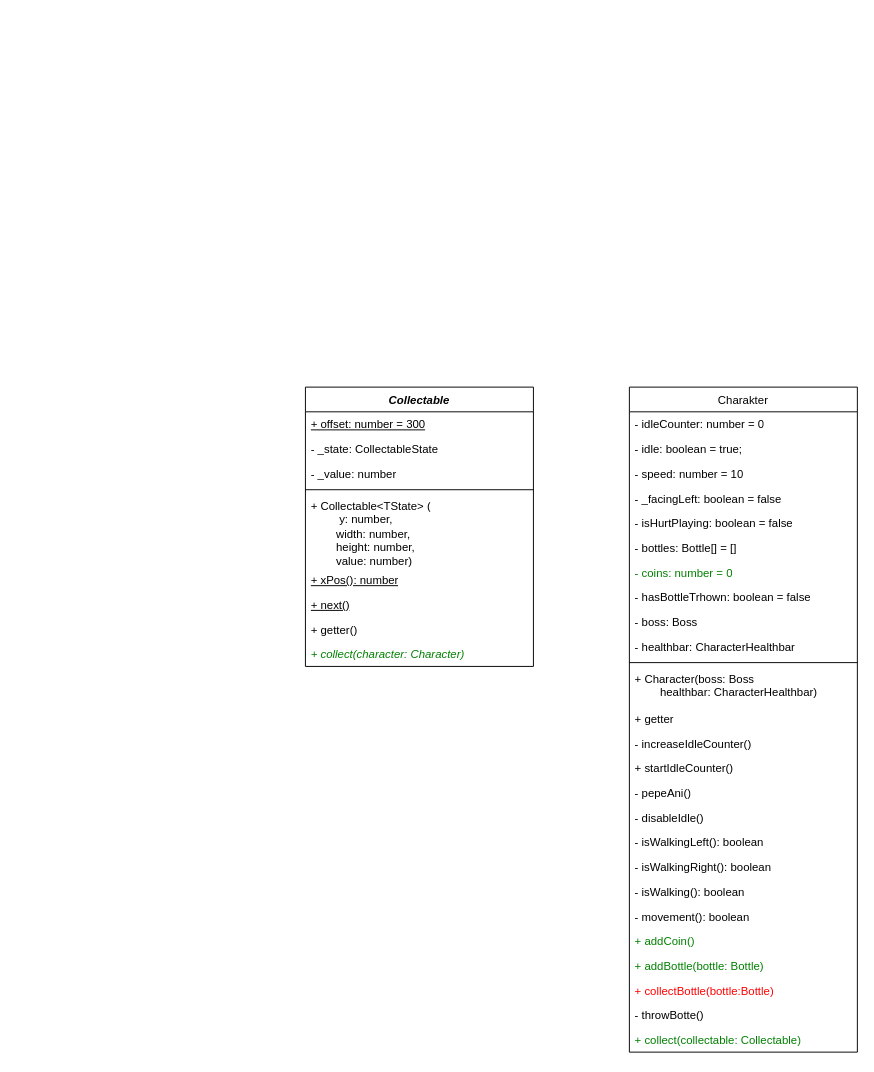
This is docs/issue/92-diagram.drawio from elma1989/el-pollo-loco, a draw.io file, before an edit. Source tidied: cells renumbered, new cells numbered last; positions are measured from the earlier drawing's top-left corner, leaving out a move shared by most shapes. Both pictures are drawn from the tidied source at 95%, with x=0, y=0 at pixel (305, 387).
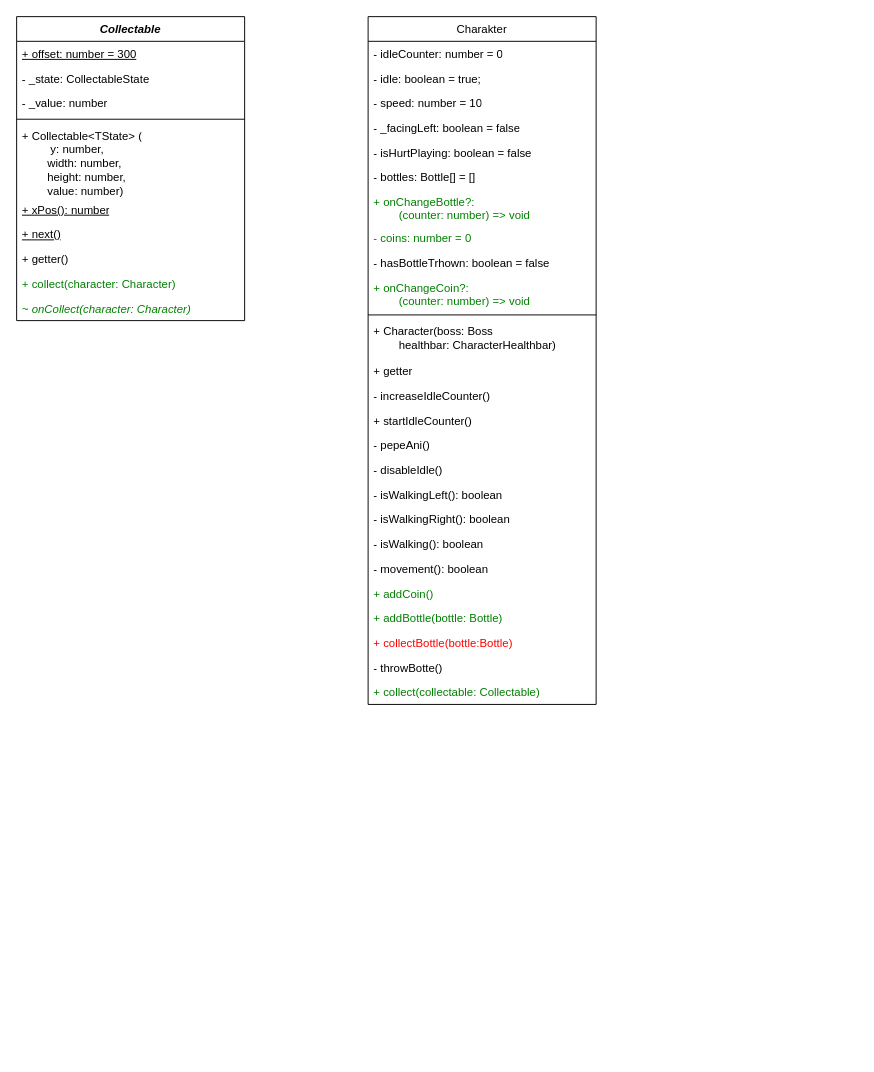
After the change.

Commit message (it also covers changes not shown here):
doc: Updated issue 92 diagram - Insert Character.onChangeCoin(), Character.onChangeBottle(), Collectale.onCollect()

The edit, as a diff of the source:
```diff
@@
     <mxCell id="2" value="Charakter" style="swimlane;align=center;verticalAlign=top;horizontal=1;startSize=26;whiteSpace=wrap;html=1;strokeColor=default;fontStyle=0;" parent="1" vertex="1">
-      <mxGeometry x="341" width="240" height="700" as="geometry" />
+      <mxGeometry x="66" y="-390" width="240" height="724" as="geometry" />
     </mxCell>
@@
+    <mxCell id="39" value="+ onChangeBottle?:&amp;nbsp;&lt;div&gt;&lt;span style=&quot;white-space: pre;&quot;&gt;&#9;&lt;/span&gt;(counter: number) =&amp;gt; void&lt;/div&gt;" style="text;strokeColor=none;fillColor=none;align=left;verticalAlign=top;spacingLeft=4;spacingRight=4;overflow=hidden;whiteSpace=wrap;html=1;fontStyle=0;fontColor=light-dark(#008000,#80FF80);" parent="2" vertex="1">
+      <mxGeometry y="182" width="240" height="38" as="geometry" />
+    </mxCell>
     <mxCell id="9" value="- coins: number = 0" style="text;strokeColor=none;fillColor=none;align=left;verticalAlign=top;spacingLeft=4;spacingRight=4;overflow=hidden;whiteSpace=wrap;html=1;fontStyle=0;fontColor=light-dark(#008000,#80FF80);" parent="2" vertex="1">
-      <mxGeometry y="182" width="240" height="26" as="geometry" />
+      <mxGeometry y="220" width="240" height="26" as="geometry" />
     </mxCell>
     <mxCell id="10" value="- hasBottleTrhown: boolean = false" style="text;strokeColor=none;fillColor=none;align=left;verticalAlign=top;spacingLeft=4;spacingRight=4;overflow=hidden;whiteSpace=wrap;html=1;fontStyle=0;fontColor=default;" parent="2" vertex="1">
-      <mxGeometry y="208" width="240" height="26" as="geometry" />
+      <mxGeometry y="246" width="240" height="26" as="geometry" />
     </mxCell>
-    <mxCell id="11" value="- boss: Boss" style="text;strokeColor=none;fillColor=none;align=left;verticalAlign=top;spacingLeft=4;spacingRight=4;overflow=hidden;whiteSpace=wrap;html=1;fontStyle=0;fontColor=default;" parent="2" vertex="1">
-      <mxGeometry y="234" width="240" height="26" as="geometry" />
-    </mxCell>
-    <mxCell id="12" value="- healthbar: CharacterHealthbar" style="text;strokeColor=none;fillColor=none;align=left;verticalAlign=top;spacingLeft=4;spacingRight=4;overflow=hidden;whiteSpace=wrap;html=1;fontStyle=0;fontColor=default;" parent="2" vertex="1">
-      <mxGeometry y="260" width="240" height="26" as="geometry" />
-    </mxCell>
+    <mxCell id="40" value="+ onChangeCoin?:&lt;div&gt;&lt;span style=&quot;white-space: pre;&quot;&gt;&#9;&lt;/span&gt;(counter: number) =&amp;gt; void&lt;br&gt;&lt;/div&gt;" style="text;strokeColor=none;fillColor=none;align=left;verticalAlign=top;spacingLeft=4;spacingRight=4;overflow=hidden;whiteSpace=wrap;html=1;fontStyle=0;fontColor=light-dark(#008000,#80FF80);" parent="2" vertex="1">
+      <mxGeometry y="272" width="240" height="38" as="geometry" />
+    </mxCell>
     <mxCell id="13" style="line;strokeWidth=1;fillColor=none;align=left;verticalAlign=middle;spacingTop=-1;spacingLeft=3;spacingRight=3;labelPosition=right;strokeColor=inherit;" parent="2" vertex="1">
-      <mxGeometry y="286" width="240" height="8" as="geometry" />
+      <mxGeometry y="310" width="240" height="8" as="geometry" />
     </mxCell>
     <mxCell id="14" value="+ Character(boss: Boss&lt;div&gt;&lt;span style=&quot;white-space: pre;&quot;&gt;&#9;&lt;/span&gt;healthbar: CharacterHealthbar)&lt;/div&gt;" style="text;strokeColor=none;fillColor=none;align=left;verticalAlign=top;spacingLeft=4;spacingRight=4;overflow=hidden;whiteSpace=wrap;html=1;fontStyle=0;fontColor=default;" parent="2" vertex="1">
-      <mxGeometry y="294" width="240" height="42" as="geometry" />
+      <mxGeometry y="318" width="240" height="42" as="geometry" />
     </mxCell>
     <mxCell id="15" value="+ getter" style="text;strokeColor=none;fillColor=none;align=left;verticalAlign=top;spacingLeft=4;spacingRight=4;overflow=hidden;whiteSpace=wrap;html=1;" parent="2" vertex="1">
-      <mxGeometry y="336" width="240" height="26" as="geometry" />
+      <mxGeometry y="360" width="240" height="26" as="geometry" />
     </mxCell>
     <mxCell id="16" value="- increaseIdleCounter()" style="text;strokeColor=none;fillColor=none;align=left;verticalAlign=top;spacingLeft=4;spacingRight=4;overflow=hidden;whiteSpace=wrap;html=1;fontStyle=0;" parent="2" vertex="1">
-      <mxGeometry y="362" width="240" height="26" as="geometry" />
+      <mxGeometry y="386" width="240" height="26" as="geometry" />
     </mxCell>
     <mxCell id="17" value="+ startIdleCounter()" style="text;strokeColor=none;fillColor=none;align=left;verticalAlign=top;spacingLeft=4;spacingRight=4;overflow=hidden;whiteSpace=wrap;html=1;fontStyle=0;" parent="2" vertex="1">
-      <mxGeometry y="388" width="240" height="26" as="geometry" />
+      <mxGeometry y="412" width="240" height="26" as="geometry" />
     </mxCell>
     <mxCell id="18" value="- pepeAni()" style="text;strokeColor=none;fillColor=none;align=left;verticalAlign=top;spacingLeft=4;spacingRight=4;overflow=hidden;whiteSpace=wrap;html=1;fontStyle=0;" parent="2" vertex="1">
-      <mxGeometry y="414" width="240" height="26" as="geometry" />
+      <mxGeometry y="438" width="240" height="26" as="geometry" />
     </mxCell>
     <mxCell id="19" value="- disableIdle()" style="text;strokeColor=none;fillColor=none;align=left;verticalAlign=top;spacingLeft=4;spacingRight=4;overflow=hidden;whiteSpace=wrap;html=1;fontStyle=0;" parent="2" vertex="1">
-      <mxGeometry y="440" width="240" height="26" as="geometry" />
+      <mxGeometry y="464" width="240" height="26" as="geometry" />
     </mxCell>
     <mxCell id="20" value="- isWalkingLeft(): boolean" style="text;strokeColor=none;fillColor=none;align=left;verticalAlign=top;spacingLeft=4;spacingRight=4;overflow=hidden;whiteSpace=wrap;html=1;fontStyle=0;" parent="2" vertex="1">
-      <mxGeometry y="466" width="240" height="26" as="geometry" />
+      <mxGeometry y="490" width="240" height="26" as="geometry" />
     </mxCell>
     <mxCell id="21" value="- isWalkingRight(): boolean" style="text;strokeColor=none;fillColor=none;align=left;verticalAlign=top;spacingLeft=4;spacingRight=4;overflow=hidden;whiteSpace=wrap;html=1;fontStyle=0;" parent="2" vertex="1">
-      <mxGeometry y="492" width="240" height="26" as="geometry" />
+      <mxGeometry y="516" width="240" height="26" as="geometry" />
     </mxCell>
     <mxCell id="22" value="- isWalking(): boolean" style="text;strokeColor=none;fillColor=none;align=left;verticalAlign=top;spacingLeft=4;spacingRight=4;overflow=hidden;whiteSpace=wrap;html=1;fontStyle=0;" parent="2" vertex="1">
-      <mxGeometry y="518" width="240" height="26" as="geometry" />
+      <mxGeometry y="542" width="240" height="26" as="geometry" />
     </mxCell>
     <mxCell id="23" value="- movement(): boolean" style="text;strokeColor=none;fillColor=none;align=left;verticalAlign=top;spacingLeft=4;spacingRight=4;overflow=hidden;whiteSpace=wrap;html=1;fontStyle=0;" parent="2" vertex="1">
-      <mxGeometry y="544" width="240" height="26" as="geometry" />
+      <mxGeometry y="568" width="240" height="26" as="geometry" />
     </mxCell>
     <mxCell id="24" value="+ addCoin()" style="text;strokeColor=none;fillColor=none;align=left;verticalAlign=top;spacingLeft=4;spacingRight=4;overflow=hidden;whiteSpace=wrap;html=1;fontStyle=0;fontColor=light-dark(#008000,#80FF80);" parent="2" vertex="1">
-      <mxGeometry y="570" width="240" height="26" as="geometry" />
+      <mxGeometry y="594" width="240" height="26" as="geometry" />
     </mxCell>
     <mxCell id="25" value="+ addBottle(bottle: Bottle)" style="text;strokeColor=none;fillColor=none;align=left;verticalAlign=top;spacingLeft=4;spacingRight=4;overflow=hidden;whiteSpace=wrap;html=1;fontStyle=0;fontColor=light-dark(#008000,#80FF80);" parent="2" vertex="1">
-      <mxGeometry y="596" width="240" height="26" as="geometry" />
+      <mxGeometry y="620" width="240" height="26" as="geometry" />
     </mxCell>
     <mxCell id="26" value="+ collectBottle(bottle:Bottle)" style="text;strokeColor=none;fillColor=none;align=left;verticalAlign=top;spacingLeft=4;spacingRight=4;overflow=hidden;whiteSpace=wrap;html=1;fontStyle=0;fontColor=light-dark(#FF0000,#FF8080);" parent="2" vertex="1">
-      <mxGeometry y="622" width="240" height="26" as="geometry" />
+      <mxGeometry y="646" width="240" height="26" as="geometry" />
     </mxCell>
     <mxCell id="27" value="- throwBotte()" style="text;strokeColor=none;fillColor=none;align=left;verticalAlign=top;spacingLeft=4;spacingRight=4;overflow=hidden;whiteSpace=wrap;html=1;fontStyle=0;fontColor=default;" parent="2" vertex="1">
-      <mxGeometry y="648" width="240" height="26" as="geometry" />
+      <mxGeometry y="672" width="240" height="26" as="geometry" />
     </mxCell>
     <mxCell id="28" value="+ collect(collectable: Collectable)" style="text;strokeColor=none;fillColor=none;align=left;verticalAlign=top;spacingLeft=4;spacingRight=4;overflow=hidden;whiteSpace=wrap;html=1;fontStyle=0;fontColor=light-dark(#008000,#80FF80);" parent="2" vertex="1">
-      <mxGeometry y="674" width="240" height="26" as="geometry" />
+      <mxGeometry y="698" width="240" height="26" as="geometry" />
     </mxCell>
     <mxCell id="29" value="Collectable" style="swimlane;fontStyle=3;align=center;verticalAlign=top;horizontal=1;startSize=26;whiteSpace=wrap;html=1;strokeColor=default;" parent="1" vertex="1">
-      <mxGeometry width="240" height="294" as="geometry" />
+      <mxGeometry x="-304" y="-390" width="240" height="320" as="geometry" />
     </mxCell>
@@
-    <mxCell id="38" value="+ collect(character: Character)" style="text;strokeColor=none;fillColor=none;align=left;verticalAlign=top;spacingLeft=4;spacingRight=4;overflow=hidden;whiteSpace=wrap;html=1;fontStyle=2;fontColor=light-dark(#008000,#80FF80);" parent="29" vertex="1">
+    <mxCell id="38" value="+ collect(character: Character)" style="text;strokeColor=none;fillColor=none;align=left;verticalAlign=top;spacingLeft=4;spacingRight=4;overflow=hidden;whiteSpace=wrap;html=1;fontStyle=0;fontColor=light-dark(#008000,#80FF80);" parent="29" vertex="1">
       <mxGeometry y="268" width="240" height="26" as="geometry" />
     </mxCell>
+    <mxCell id="41" value="~ onCollect(character: Character)" style="text;strokeColor=none;fillColor=none;align=left;verticalAlign=top;spacingLeft=4;spacingRight=4;overflow=hidden;whiteSpace=wrap;html=1;fontStyle=2;fontColor=light-dark(#008000,#80FF80);" parent="29" vertex="1">
+      <mxGeometry y="294" width="240" height="26" as="geometry" />
+    </mxCell>
```
